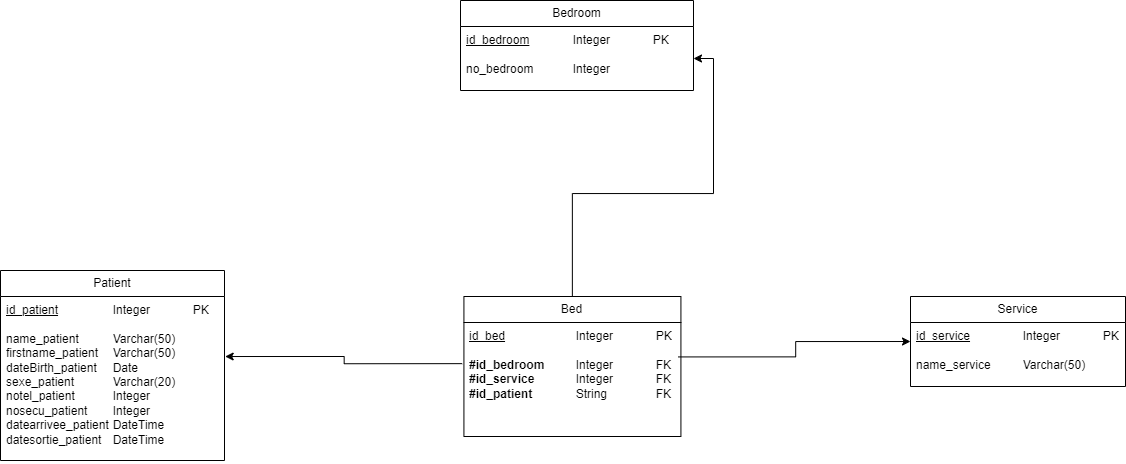
Before: Merise/Merise-MPD-V1.drawio.png, a diagram exported from draw.io (florianpoteau/CDA-Hopital-Back). Source tidied: cells renumbered, new cells last; positions are measured from the earlier drawing's top-left corner, leaving out a move shared by most shapes.
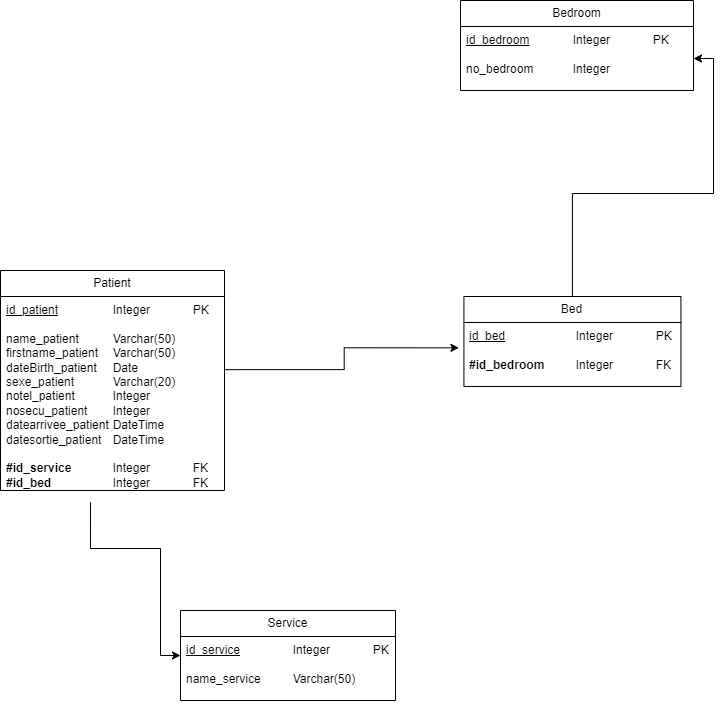
The same file after the commit.

Commit message:
docs(Merise): modification du merise

The edit, as a diff of the source:
```diff
@@ -12,27 +12,33 @@
       <mxGeometry relative="1" as="geometry" />
     </mxCell>
     <mxCell id="5" value="Bed" style="swimlane;fontStyle=0;horizontal=1;startSize=26;fillColor=none;whiteSpace=wrap;html=1;" parent="1" vertex="1">
-      <mxGeometry x="463.4" y="296" width="217" height="140" as="geometry" />
+      <mxGeometry x="463.4" y="296" width="217" height="90" as="geometry" />
     </mxCell>
-    <mxCell id="6" value="&lt;u&gt;id_bed&lt;/u&gt;&lt;span style=&quot;white-space: pre;&quot;&gt;&#9;&lt;/span&gt;&lt;span style=&quot;white-space: pre;&quot;&gt;&#9;&lt;/span&gt;&lt;span style=&quot;white-space: pre;&quot;&gt;&#9;&lt;/span&gt;Integer&lt;span style=&quot;white-space: pre;&quot;&gt;&#9;&lt;/span&gt;&lt;span style=&quot;white-space: pre;&quot;&gt;&#9;&lt;/span&gt;PK&lt;div&gt;&lt;br&gt;&lt;/div&gt;&lt;div&gt;&lt;b&gt;#id_bedroom&lt;/b&gt;&lt;span style=&quot;white-space: pre;&quot;&gt;&#9;&lt;/span&gt;&lt;span style=&quot;white-space: pre;&quot;&gt;&#9;&lt;/span&gt;Integer&lt;span style=&quot;white-space: pre;&quot;&gt;&#9;&lt;/span&gt;&lt;span style=&quot;white-space: pre;&quot;&gt;&#9;&lt;/span&gt;FK&lt;/div&gt;&lt;div&gt;&lt;b&gt;#id_service&lt;/b&gt;&lt;span style=&quot;white-space: pre;&quot;&gt;&#9;&lt;/span&gt;&lt;span style=&quot;white-space: pre;&quot;&gt;&#9;&lt;/span&gt;Integer&lt;span style=&quot;white-space: pre;&quot;&gt;&#9;&lt;/span&gt;&lt;span style=&quot;white-space: pre;&quot;&gt;&#9;&lt;/span&gt;FK&lt;/div&gt;&lt;div&gt;&lt;b&gt;#id_patient&lt;/b&gt;&lt;span style=&quot;white-space: pre;&quot;&gt;&#9;&lt;/span&gt;&lt;span style=&quot;white-space: pre;&quot;&gt;&#9;&lt;/span&gt;String&lt;span style=&quot;white-space: pre;&quot;&gt;&#9;&lt;/span&gt;&lt;span style=&quot;white-space: pre;&quot;&gt;&#9;&lt;/span&gt;FK&lt;/div&gt;" style="text;strokeColor=none;fillColor=none;align=left;verticalAlign=top;spacingLeft=4;spacingRight=4;overflow=hidden;points=[[0,0.5],[1,0.5]];portConstraint=eastwest;whiteSpace=wrap;html=1;" parent="5" vertex="1">
-      <mxGeometry y="26" width="217" height="114" as="geometry" />
+    <mxCell id="6" value="&lt;u&gt;id_bed&lt;/u&gt;&lt;span style=&quot;white-space: pre;&quot;&gt;&#9;&lt;/span&gt;&lt;span style=&quot;white-space: pre;&quot;&gt;&#9;&lt;/span&gt;&lt;span style=&quot;white-space: pre;&quot;&gt;&#9;&lt;/span&gt;Integer&lt;span style=&quot;white-space: pre;&quot;&gt;&#9;&lt;/span&gt;&lt;span style=&quot;white-space: pre;&quot;&gt;&#9;&lt;/span&gt;PK&lt;div&gt;&lt;br&gt;&lt;/div&gt;&lt;div&gt;&lt;b&gt;#id_bedroom&lt;/b&gt;&lt;span style=&quot;white-space: pre;&quot;&gt;&#9;&lt;/span&gt;&lt;span style=&quot;white-space: pre;&quot;&gt;&#9;&lt;/span&gt;Integer&lt;span style=&quot;white-space: pre;&quot;&gt;&#9;&lt;/span&gt;&lt;span style=&quot;white-space: pre;&quot;&gt;&#9;&lt;/span&gt;FK&lt;/div&gt;" style="text;strokeColor=none;fillColor=none;align=left;verticalAlign=top;spacingLeft=4;spacingRight=4;overflow=hidden;points=[[0,0.5],[1,0.5]];portConstraint=eastwest;whiteSpace=wrap;html=1;" parent="5" vertex="1">
+      <mxGeometry y="26" width="217" height="64" as="geometry" />
     </mxCell>
     <mxCell id="7" value="Service" style="swimlane;fontStyle=0;horizontal=1;startSize=26;fillColor=none;whiteSpace=wrap;html=1;" parent="1" vertex="1">
-      <mxGeometry x="910" y="296" width="215" height="90" as="geometry" />
+      <mxGeometry x="180" y="610" width="215" height="90" as="geometry" />
     </mxCell>
     <mxCell id="8" value="&lt;u&gt;id_service&lt;/u&gt;&lt;span style=&quot;white-space: pre;&quot;&gt;&#9;&lt;/span&gt;&lt;span style=&quot;white-space: pre;&quot;&gt;&#9;&lt;/span&gt;Integer&lt;span style=&quot;white-space: pre;&quot;&gt;&#9;&lt;span style=&quot;white-space: pre;&quot;&gt;&#9;&lt;/span&gt;&lt;/span&gt;PK&lt;div&gt;&lt;u&gt;&lt;br&gt;&lt;/u&gt;&lt;div&gt;name_service&lt;span style=&quot;white-space: pre;&quot;&gt;&#9;&lt;/span&gt;&lt;span style=&quot;white-space: pre;&quot;&gt;&#9;&lt;/span&gt;Varchar(50)&lt;/div&gt;&lt;/div&gt;" style="text;strokeColor=none;fillColor=none;align=left;verticalAlign=top;spacingLeft=4;spacingRight=4;overflow=hidden;points=[[0,0.5],[1,0.5]];portConstraint=eastwest;whiteSpace=wrap;html=1;" parent="7" vertex="1">
       <mxGeometry y="26" width="215" height="64" as="geometry" />
     </mxCell>
     <mxCell id="9" value="Patient" style="swimlane;fontStyle=0;horizontal=1;startSize=26;fillColor=none;whiteSpace=wrap;html=1;" parent="1" vertex="1">
-      <mxGeometry y="270" width="224" height="190" as="geometry" />
+      <mxGeometry y="270" width="224" height="220" as="geometry" />
     </mxCell>
-    <mxCell id="10" value="&lt;u&gt;id_patient&lt;/u&gt;&lt;span style=&quot;white-space: pre;&quot;&gt;&#9;&lt;/span&gt;&lt;span style=&quot;white-space: pre;&quot;&gt;&#9;&lt;/span&gt;Integer&lt;span style=&quot;white-space: pre;&quot;&gt;&#9;&lt;/span&gt;&lt;span style=&quot;white-space: pre;&quot;&gt;&#9;&lt;/span&gt;PK&lt;div&gt;&lt;u&gt;&lt;br&gt;&lt;/u&gt;&lt;div&gt;name_patient&lt;span style=&quot;white-space: pre;&quot;&gt;&#9;&lt;/span&gt;&lt;span style=&quot;white-space: pre;&quot;&gt;&#9;&lt;/span&gt;Varchar(50)&lt;/div&gt;&lt;div&gt;firstname_patient&lt;span style=&quot;white-space: pre;&quot;&gt;&#9;&lt;/span&gt;Varchar(50)&lt;/div&gt;&lt;div&gt;dateBirth_patient&lt;span style=&quot;white-space: pre;&quot;&gt;&#9;&lt;/span&gt;Date&lt;/div&gt;&lt;div&gt;sexe_patient&lt;span style=&quot;white-space: pre;&quot;&gt;&#9;&lt;/span&gt;&lt;span style=&quot;white-space: pre;&quot;&gt;&#9;&lt;/span&gt;Varchar(20)&lt;/div&gt;&lt;div&gt;notel_patient&lt;span style=&quot;white-space: pre;&quot;&gt;&#9;&lt;/span&gt;&lt;span style=&quot;white-space: pre;&quot;&gt;&#9;&lt;/span&gt;Integer&lt;/div&gt;&lt;div&gt;nosecu_patient&lt;span style=&quot;white-space: pre;&quot;&gt;&#9;&lt;/span&gt;Integer&lt;/div&gt;&lt;/div&gt;&lt;div&gt;datearrivee_patient&lt;span style=&quot;white-space: pre;&quot;&gt;&#9;&lt;/span&gt;DateTime&lt;/div&gt;&lt;div&gt;datesortie_patient&lt;span style=&quot;white-space: pre;&quot;&gt;&#9;&lt;/span&gt;DateTime&lt;/div&gt;" style="text;strokeColor=none;fillColor=none;align=left;verticalAlign=top;spacingLeft=4;spacingRight=4;overflow=hidden;points=[[0,0.5],[1,0.5]];portConstraint=eastwest;whiteSpace=wrap;html=1;" parent="9" vertex="1">
-      <mxGeometry y="26" width="224" height="164" as="geometry" />
+    <mxCell id="10" value="&lt;u&gt;id_patient&lt;/u&gt;&lt;span style=&quot;white-space: pre;&quot;&gt;&#9;&lt;/span&gt;&lt;span style=&quot;white-space: pre;&quot;&gt;&#9;&lt;/span&gt;Integer&lt;span style=&quot;white-space: pre;&quot;&gt;&#9;&lt;/span&gt;&lt;span style=&quot;white-space: pre;&quot;&gt;&#9;&lt;/span&gt;PK&lt;div&gt;&lt;u&gt;&lt;br&gt;&lt;/u&gt;&lt;div&gt;name_patient&lt;span style=&quot;white-space: pre;&quot;&gt;&#9;&lt;/span&gt;&lt;span style=&quot;white-space: pre;&quot;&gt;&#9;&lt;/span&gt;Varchar(50)&lt;/div&gt;&lt;div&gt;firstname_patient&lt;span style=&quot;white-space: pre;&quot;&gt;&#9;&lt;/span&gt;Varchar(50)&lt;/div&gt;&lt;div&gt;dateBirth_patient&lt;span style=&quot;white-space: pre;&quot;&gt;&#9;&lt;/span&gt;Date&lt;/div&gt;&lt;div&gt;sexe_patient&lt;span style=&quot;white-space: pre;&quot;&gt;&#9;&lt;/span&gt;&lt;span style=&quot;white-space: pre;&quot;&gt;&#9;&lt;/span&gt;Varchar(20)&lt;/div&gt;&lt;div&gt;notel_patient&lt;span style=&quot;white-space: pre;&quot;&gt;&#9;&lt;/span&gt;&lt;span style=&quot;white-space: pre;&quot;&gt;&#9;&lt;/span&gt;Integer&lt;/div&gt;&lt;div&gt;nosecu_patient&lt;span style=&quot;white-space: pre;&quot;&gt;&#9;&lt;/span&gt;Integer&lt;/div&gt;&lt;/div&gt;&lt;div&gt;datearrivee_patient&lt;span style=&quot;white-space: pre;&quot;&gt;&#9;&lt;/span&gt;DateTime&lt;/div&gt;&lt;div&gt;datesortie_patient&lt;span style=&quot;white-space: pre;&quot;&gt;&#9;&lt;/span&gt;DateTime&lt;/div&gt;&lt;div&gt;&lt;br&gt;&lt;/div&gt;&lt;div&gt;&lt;b&gt;#id_service&lt;/b&gt;&lt;span style=&quot;white-space: pre;&quot;&gt;&#9;&lt;/span&gt;&lt;span style=&quot;white-space: pre;&quot;&gt;&#9;&lt;/span&gt;Integer&lt;span style=&quot;white-space: pre;&quot;&gt;&#9;&lt;/span&gt;&lt;span style=&quot;white-space: pre;&quot;&gt;&#9;&lt;/span&gt;FK&lt;/div&gt;&lt;div&gt;&lt;b&gt;#id_bed&lt;/b&gt;&lt;span style=&quot;white-space: pre;&quot;&gt;&#9;&lt;/span&gt;&lt;span style=&quot;white-space: pre;&quot;&gt;&#9;&lt;/span&gt;&lt;span style=&quot;white-space: pre;&quot;&gt;&#9;&lt;/span&gt;Integer&lt;span style=&quot;white-space: pre;&quot;&gt;&#9;&lt;/span&gt;&lt;span style=&quot;white-space: pre;&quot;&gt;&#9;&lt;/span&gt;FK&lt;/div&gt;" style="text;strokeColor=none;fillColor=none;align=left;verticalAlign=top;spacingLeft=4;spacingRight=4;overflow=hidden;points=[[0,0.5],[1,0.5]];portConstraint=eastwest;whiteSpace=wrap;html=1;" parent="9" vertex="1">
+      <mxGeometry y="26" width="224" height="194" as="geometry" />
     </mxCell>
-    <mxCell id="11" style="edgeStyle=orthogonalEdgeStyle;rounded=0;jettySize=auto;html=1;exitX=0.987;exitY=0.302;exitDx=0;exitDy=0;exitPerimeter=0;entryX=0;entryY=0.297;entryDx=0;entryDy=0;entryPerimeter=0;" parent="1" edge="1" source="6" target="8">
-      <mxGeometry relative="1" as="geometry" />
+    <mxCell id="11" style="edgeStyle=orthogonalEdgeStyle;rounded=0;jettySize=auto;html=1;entryX=0;entryY=0.297;entryDx=0;entryDy=0;entryPerimeter=0;exitX=0.402;exitY=1.061;exitDx=0;exitDy=0;exitPerimeter=0;" parent="1" edge="1" source="10" target="8">
+      <mxGeometry relative="1" as="geometry">
+        <Array as="points">
+          <mxPoint x="90" y="548" />
+          <mxPoint x="160" y="548" />
+          <mxPoint x="160" y="655" />
+        </Array>
+      </mxGeometry>
     </mxCell>
-    <mxCell id="12" style="edgeStyle=orthogonalEdgeStyle;rounded=0;jettySize=auto;html=1;exitX=-0.008;exitY=0.361;exitDx=0;exitDy=0;exitPerimeter=0;entryX=1.003;entryY=0.366;entryDx=0;entryDy=0;entryPerimeter=0;" parent="1" edge="1" source="6" target="10">
+    <mxCell id="12" style="edgeStyle=orthogonalEdgeStyle;rounded=0;jettySize=auto;html=1;exitX=0.998;exitY=0.377;exitDx=0;exitDy=0;exitPerimeter=0;entryX=-0.023;entryY=0.396;entryDx=0;entryDy=0;entryPerimeter=0;" parent="1" edge="1" source="10" target="6">
       <mxGeometry relative="1" as="geometry" />
     </mxCell>
   </root>
```
